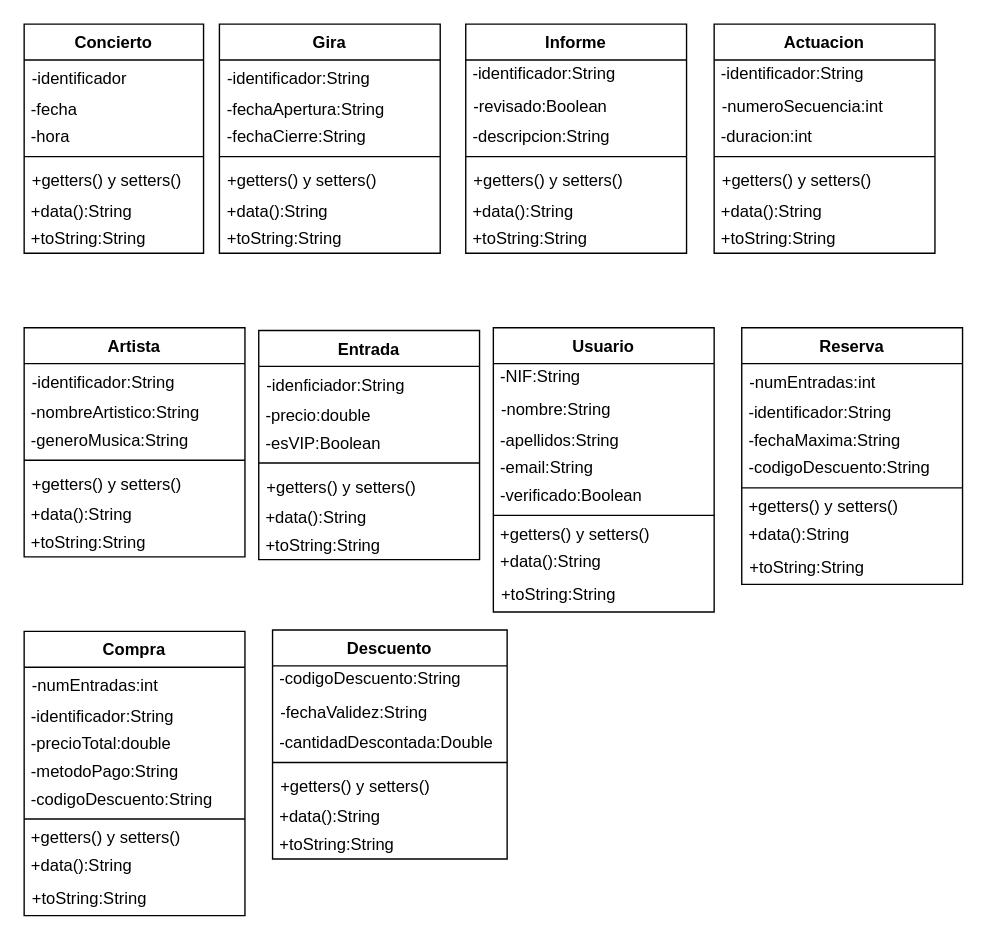
This is Diagrama de clases.drawio from Lusaka12/AgenciaConciertos, a draw.io file, before an edit. Source tidied: cells renumbered, new cells numbered last; positions are measured from the earlier drawing's top-left corner, leaving out a move shared by most shapes. Both pictures are drawn from the tidied source at 138%, with x=0, y=0 at pixel (23, 23).
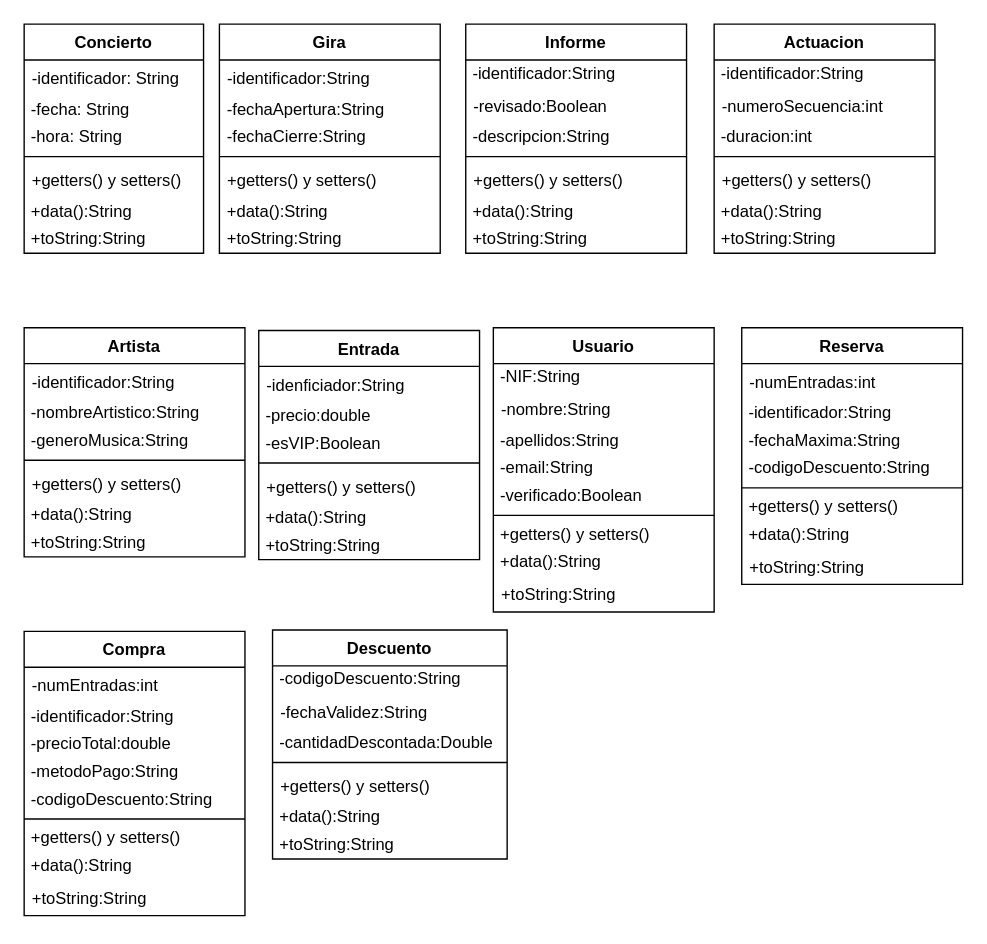
After the change.

Commit message:
Diagrama de clases actualizado.

Unchanged cells that the change refers to:
```xml
<mxCell id="2" value="Concierto" style="swimlane;fontStyle=1;align=center;verticalAlign=top;horizontal=1;startSize=26;" parent="1" vertex="1">
  <mxGeometry width="130" height="166" as="geometry" />
</mxCell>
```

Diff of the diagram source:
```diff
@@
-    <mxCell id="3" value="-identificador" style="text;strokeColor=none;fillColor=none;align=left;verticalAlign=top;spacingLeft=4;spacingRight=4;overflow=hidden;" parent="2" vertex="1">
+    <mxCell id="3" value="-identificador: String" style="text;strokeColor=none;fillColor=none;align=left;verticalAlign=top;spacingLeft=4;spacingRight=4;overflow=hidden;" parent="2" vertex="1">
       <mxGeometry y="26" width="130" height="26" as="geometry" />
     </mxCell>
-    <mxCell id="4" value="&amp;nbsp;-fecha" style="text;html=1;align=left;verticalAlign=top;spacingTop=-4;" parent="2" vertex="1">
+    <mxCell id="4" value="&amp;nbsp;-fecha: String" style="text;html=1;align=left;verticalAlign=top;spacingTop=-4;" parent="2" vertex="1">
       <mxGeometry y="52" width="130" height="20" as="geometry" />
     </mxCell>
-    <mxCell id="5" value="&amp;nbsp;-hora" style="text;html=1;align=left;verticalAlign=top;spacingTop=-4;" parent="2" vertex="1">
+    <mxCell id="5" value="&amp;nbsp;-hora: String" style="text;html=1;align=left;verticalAlign=top;spacingTop=-4;" parent="2" vertex="1">
       <mxGeometry y="72" width="130" height="20" as="geometry" />
     </mxCell>
```
